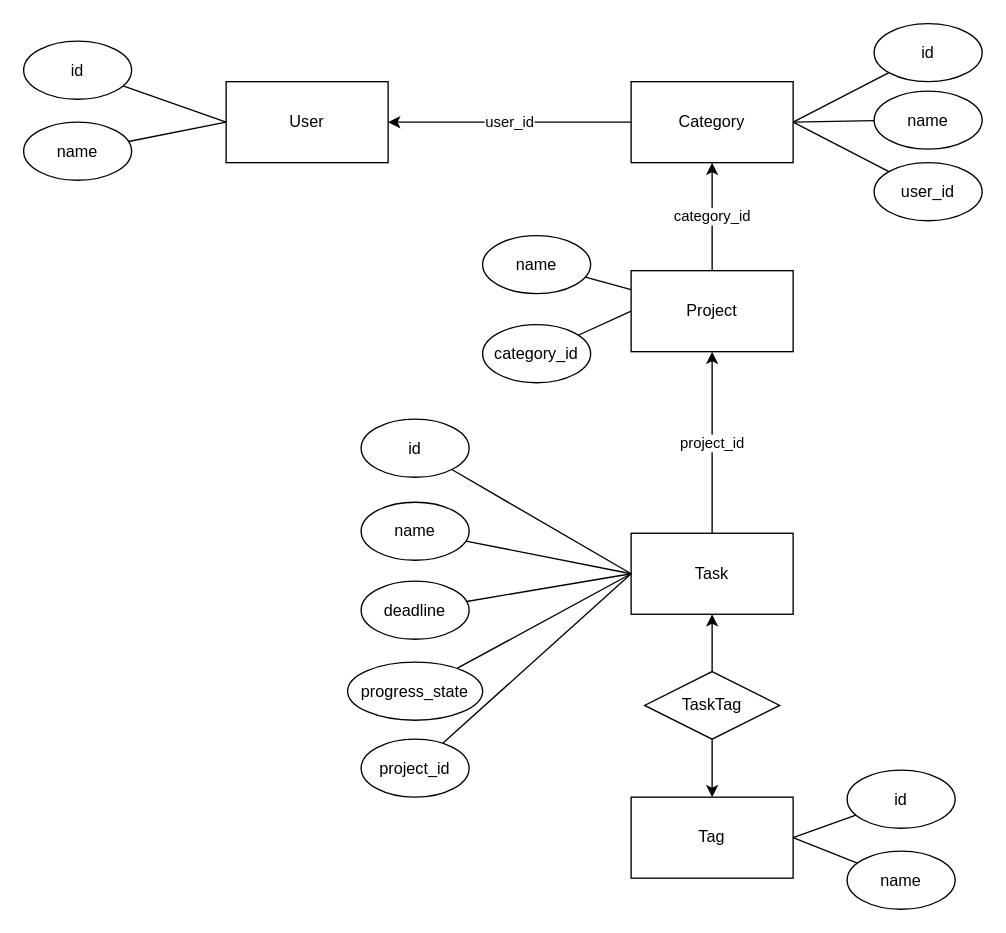
The draw.io diagram kadai3.drawio in Yuki-Hideo/data-modeling_sql, before the edit. Source tidied: cells renumbered, new cells numbered last; positions are measured from the earlier drawing's top-left corner, leaving out a move shared by most shapes. Both pictures are drawn from the tidied source at 135%, with x=0, y=0 at pixel (23, 23).
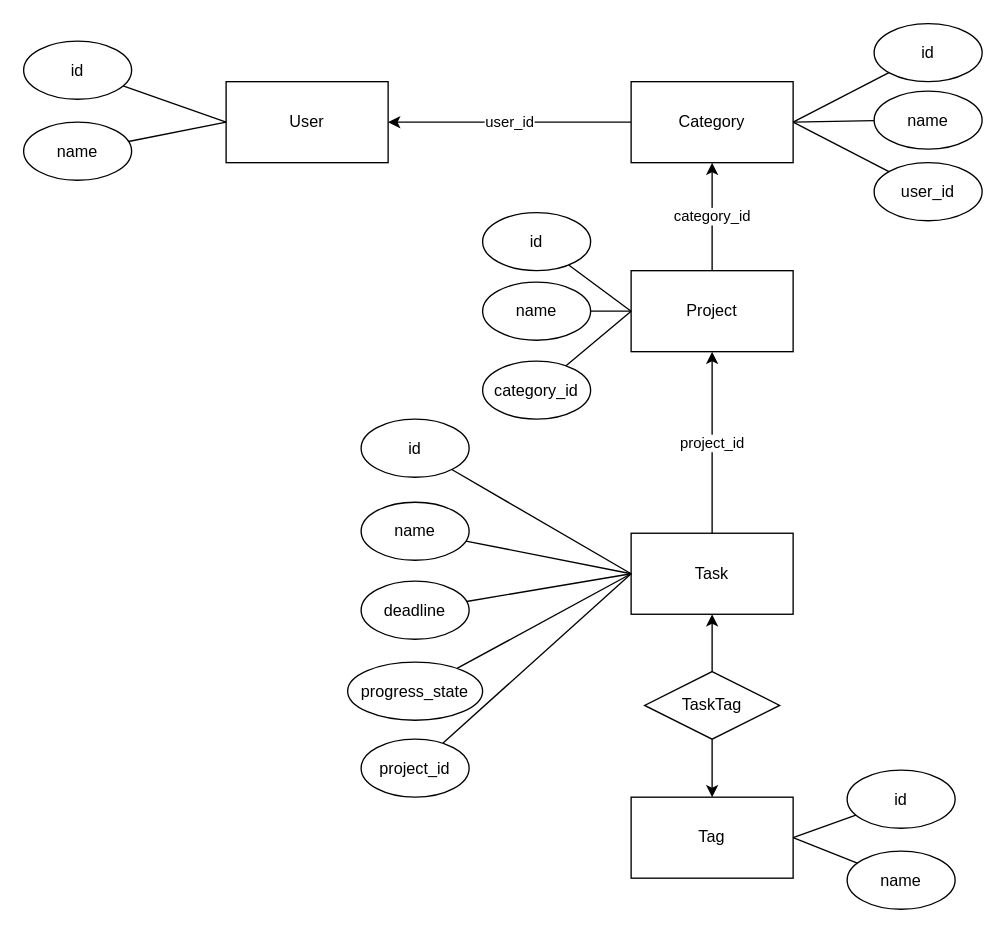
After the change.

Commit message:
kadai3.drawio を更新します

The change refers to these unchanged cells:
```xml
<mxCell id="6" value="Project" style="rounded=0;whiteSpace=wrap;html=1;" parent="1" vertex="1">
  <mxGeometry x="450" y="183" width="120" height="60" as="geometry" />
</mxCell>
```

Change to the diagram source:
```diff
@@
     <mxCell id="23" value="category_id" style="ellipse;whiteSpace=wrap;html=1;" parent="1" vertex="1">
-      <mxGeometry x="340" y="223" width="80" height="43" as="geometry" />
+      <mxGeometry x="340" y="250" width="80" height="43" as="geometry" />
     </mxCell>
@@
     <mxCell id="33" value="name" style="ellipse;whiteSpace=wrap;html=1;" parent="1" vertex="1">
-      <mxGeometry x="340" y="157" width="80" height="43" as="geometry" />
+      <mxGeometry x="340" y="191.5" width="80" height="43" as="geometry" />
     </mxCell>
@@
+    <mxCell id="42" style="rounded=0;jettySize=auto;html=1;entryX=0;entryY=0.5;entryDx=0;entryDy=0;endArrow=none;endFill=0;" parent="1" edge="1" source="43" target="6">
+      <mxGeometry relative="1" as="geometry" />
+    </mxCell>
+    <mxCell id="43" value="id" style="ellipse;whiteSpace=wrap;html=1;" parent="1" vertex="1">
+      <mxGeometry x="340" y="140" width="80" height="43" as="geometry" />
+    </mxCell>
```
